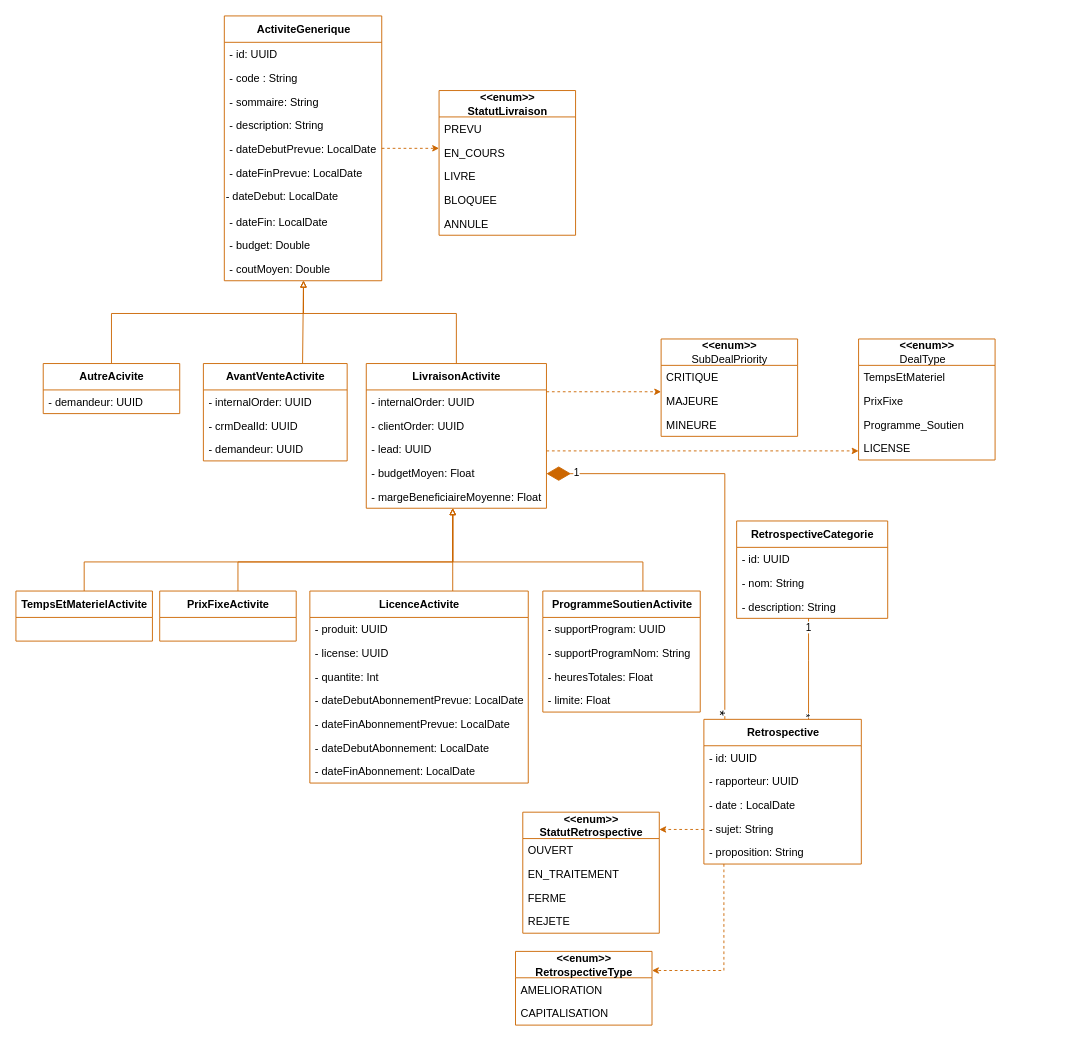
Above: page "Page-2" (2 of 2) of Delivery/Delivery_Fr_DiagrammeClasse.drawio in ZidiMedAmine/UML (draw.io), before the change. Source tidied: cells renumbered, new cells numbered last; positions are measured from the earlier drawing's top-left corner, leaving out a move shared by most shapes. Both pictures are drawn from the tidied source at 91%, with x=0, y=0 at pixel (15, 15).
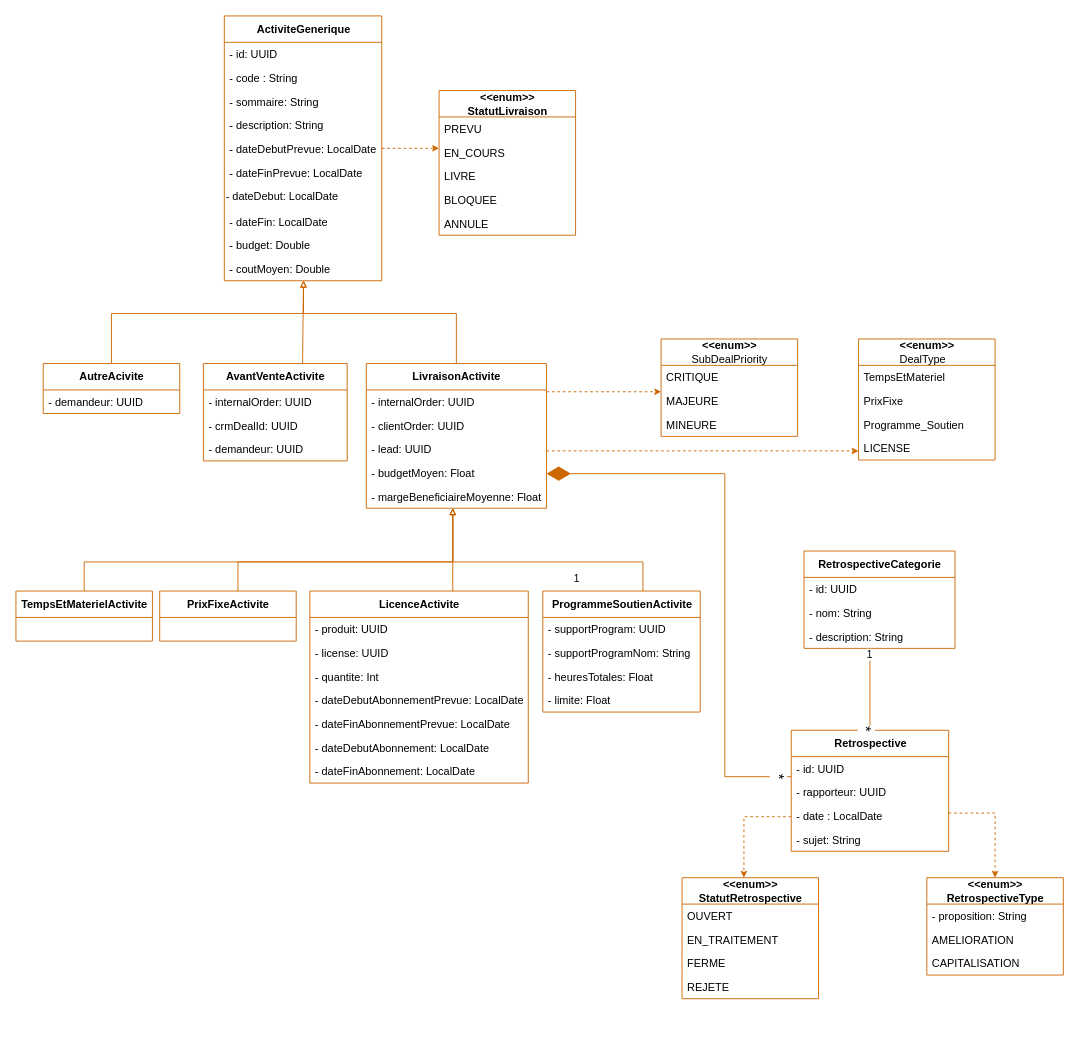
Above is the later version.

Commit message (it also covers changes not shown here):
Mettre à jour Delivery_Fr_DiagrammeClasse.drawio

Unchanged cells that the change refers to:
```xml
<mxCell id="24" value="LivraisonActivite" style="swimlane;fontStyle=1;align=center;verticalAlign=middle;horizontal=1;startSize=29;html=1;fontSize=12;labelPosition=center;verticalLabelPosition=middle;swimlaneLine=1;rounded=0;sketch=0;glass=0;strokeColor=#CC6600;" parent="1" vertex="1">
  <mxGeometry x="385" y="382" width="198" height="159" as="geometry" />
</mxCell>
```

What changed in the source:
```diff
@@
     <mxCell id="65" style="endArrow=diamondThin;endFill=1;endSize=24;html=1;rounded=0;strokeColor=#CC6600;edgeStyle=orthogonalEdgeStyle;" parent="1" edge="1" source="77" target="24">
       <mxGeometry relative="1" as="geometry">
         <Array as="points">
+          <mxPoint x="779" y="836" />
           <mxPoint x="779" y="503" />
         </Array>
       </mxGeometry>
     </mxCell>
@@
-    <mxCell id="68" style="edgeStyle=orthogonalEdgeStyle;rounded=0;orthogonalLoop=1;jettySize=auto;html=1;dashed=1;endArrow=classic;endFill=1;startSize=5;endSize=5;strokeColor=#CC6600;" parent="1" edge="1">
+    <mxCell id="68" style="edgeStyle=orthogonalEdgeStyle;rounded=0;jettySize=auto;html=1;dashed=1;endArrow=classic;endFill=1;startSize=5;endSize=5;strokeColor=#CC6600;" parent="1" edge="1" source="77" target="86">
       <mxGeometry relative="1" as="geometry">
-        <mxPoint x="756" y="894" as="sourcePoint" />
-        <mxPoint x="707" y="894" as="targetPoint" />
         <Array as="points">
-          <mxPoint x="720" y="894" />
-          <mxPoint x="720" y="894" />
+          <mxPoint x="800" y="880" />
         </Array>
       </mxGeometry>
     </mxCell>
     <mxCell id="69" value="&lt;b&gt;&amp;lt;&amp;lt;enum&amp;gt;&amp;gt;&lt;/b&gt;&lt;br&gt;&lt;div style=&quot;text-align: left&quot;&gt;&lt;b&gt;RetrospectiveType&lt;/b&gt;&lt;br&gt;&lt;/div&gt;" style="swimlane;fontStyle=0;align=center;verticalAlign=middle;horizontal=1;startSize=29;html=1;fontSize=12;labelPosition=center;verticalLabelPosition=middle;swimlaneLine=1;rounded=0;sketch=0;glass=0;strokeColor=#CC6600;" parent="1" vertex="1">
-      <mxGeometry x="549" y="1028" width="150" height="81" as="geometry" />
+      <mxGeometry x="1001" y="947" width="150" height="107" as="geometry" />
     </mxCell>
+    <mxCell id="82" value="- proposition: String" style="text;strokeColor=none;fillColor=none;align=left;verticalAlign=top;spacingLeft=4;spacingRight=4;overflow=hidden;fontStyle=0;" parent="69" vertex="1">
+      <mxGeometry y="29" width="150" height="26" as="geometry" />
+    </mxCell>
     <mxCell id="70" value="AMELIORATION" style="text;strokeColor=none;fillColor=none;align=left;verticalAlign=top;spacingLeft=4;spacingRight=4;overflow=hidden;fontStyle=0;" parent="69" vertex="1">
-      <mxGeometry y="29" width="150" height="26" as="geometry" />
+      <mxGeometry y="55" width="150" height="26" as="geometry" />
     </mxCell>
     <mxCell id="71" value="CAPITALISATION" style="text;strokeColor=none;fillColor=none;align=left;verticalAlign=top;spacingLeft=4;spacingRight=4;overflow=hidden;fontStyle=0;" parent="69" vertex="1">
-      <mxGeometry y="55" width="150" height="26" as="geometry" />
+      <mxGeometry y="81" width="150" height="26" as="geometry" />
     </mxCell>
-    <mxCell id="72" style="edgeStyle=orthogonalEdgeStyle;rounded=0;jettySize=auto;html=1;endArrow=classic;endFill=1;startSize=5;endSize=5;dashed=1;strokeColor=#CC6600;" parent="1" edge="1" target="69">
+    <mxCell id="72" style="edgeStyle=orthogonalEdgeStyle;rounded=0;jettySize=auto;html=1;endArrow=classic;endFill=1;startSize=5;endSize=5;dashed=1;strokeColor=#CC6600;" parent="1" edge="1" source="77" target="69">
       <mxGeometry relative="1" as="geometry">
-        <mxPoint x="778" y="932" as="sourcePoint" />
         <Array as="points">
-          <mxPoint x="778" y="1049" />
+          <mxPoint x="962" y="876" />
+          <mxPoint x="962" y="876" />
         </Array>
       </mxGeometry>
     </mxCell>
     <mxCell id="73" value="RetrospectiveCategorie" style="swimlane;fontStyle=1;align=center;verticalAlign=middle;horizontal=1;startSize=29;html=1;fontSize=12;labelPosition=center;verticalLabelPosition=middle;swimlaneLine=1;rounded=0;sketch=0;glass=0;strokeColor=#CC6600;" parent="1" vertex="1">
-      <mxGeometry x="792" y="555" width="166" height="107" as="geometry" />
+      <mxGeometry x="866" y="588" width="166" height="107" as="geometry" />
     </mxCell>
@@
     <mxCell id="77" value="Retrospective" style="swimlane;fontStyle=1;align=center;verticalAlign=middle;horizontal=1;startSize=29;html=1;fontSize=12;labelPosition=center;verticalLabelPosition=middle;swimlaneLine=1;rounded=0;sketch=0;glass=0;strokeColor=#CC6600;" parent="1" vertex="1">
-      <mxGeometry x="756" y="773" width="173" height="159" as="geometry" />
+      <mxGeometry x="852" y="785" width="173" height="133" as="geometry" />
     </mxCell>
@@
-    <mxCell id="82" value="- proposition: String" style="text;strokeColor=none;fillColor=none;align=left;verticalAlign=top;spacingLeft=4;spacingRight=4;overflow=hidden;fontStyle=0;" parent="77" vertex="1">
-      <mxGeometry y="133" width="173" height="26" as="geometry" />
-    </mxCell>
     <mxCell id="83" style="edgeStyle=orthogonalEdgeStyle;rounded=0;jettySize=auto;html=1;endArrow=none;endFill=0;startSize=5;endSize=5;strokeColor=#CC6600;" parent="1" edge="1" source="77" target="73">
       <mxGeometry relative="1" as="geometry">
         <Array as="points">
-          <mxPoint x="871" y="708" />
-          <mxPoint x="871" y="708" />
+          <mxPoint x="939" y="746" />
+          <mxPoint x="939" y="746" />
         </Array>
       </mxGeometry>
     </mxCell>
-    <mxCell id="84" value="*" style="edgeLabel;html=1;align=center;verticalAlign=middle;rotation=90;" parent="83" vertex="1">
+    <mxCell id="84" value="*" style="edgeLabel;html=1;align=center;verticalAlign=middle;rotation=90;fontSize=16;" parent="83" vertex="1">
       <mxGeometry x="-0.71" relative="1" as="geometry">
         <mxPoint x="-2" y="11" as="offset" />
       </mxGeometry>
     </mxCell>
@@
     <mxCell id="86" value="&lt;b&gt;&amp;lt;&amp;lt;enum&amp;gt;&amp;gt;&lt;/b&gt;&lt;br&gt;&lt;b style=&quot;text-align: left;&quot;&gt;Statut&lt;/b&gt;&lt;b style=&quot;text-align: left; background-color: initial;&quot;&gt;Retrospective&lt;/b&gt;&lt;b style=&quot;text-align: left;&quot;&gt;&lt;br&gt;&lt;/b&gt;" style="swimlane;fontStyle=0;align=center;verticalAlign=middle;horizontal=1;startSize=29;html=1;fontSize=12;labelPosition=center;verticalLabelPosition=middle;swimlaneLine=1;rounded=0;sketch=0;glass=0;strokeColor=#CC6600;" parent="1" vertex="1">
-      <mxGeometry x="557" y="875" width="150" height="133" as="geometry" />
+      <mxGeometry x="732" y="947" width="150" height="133" as="geometry" />
     </mxCell>
```
